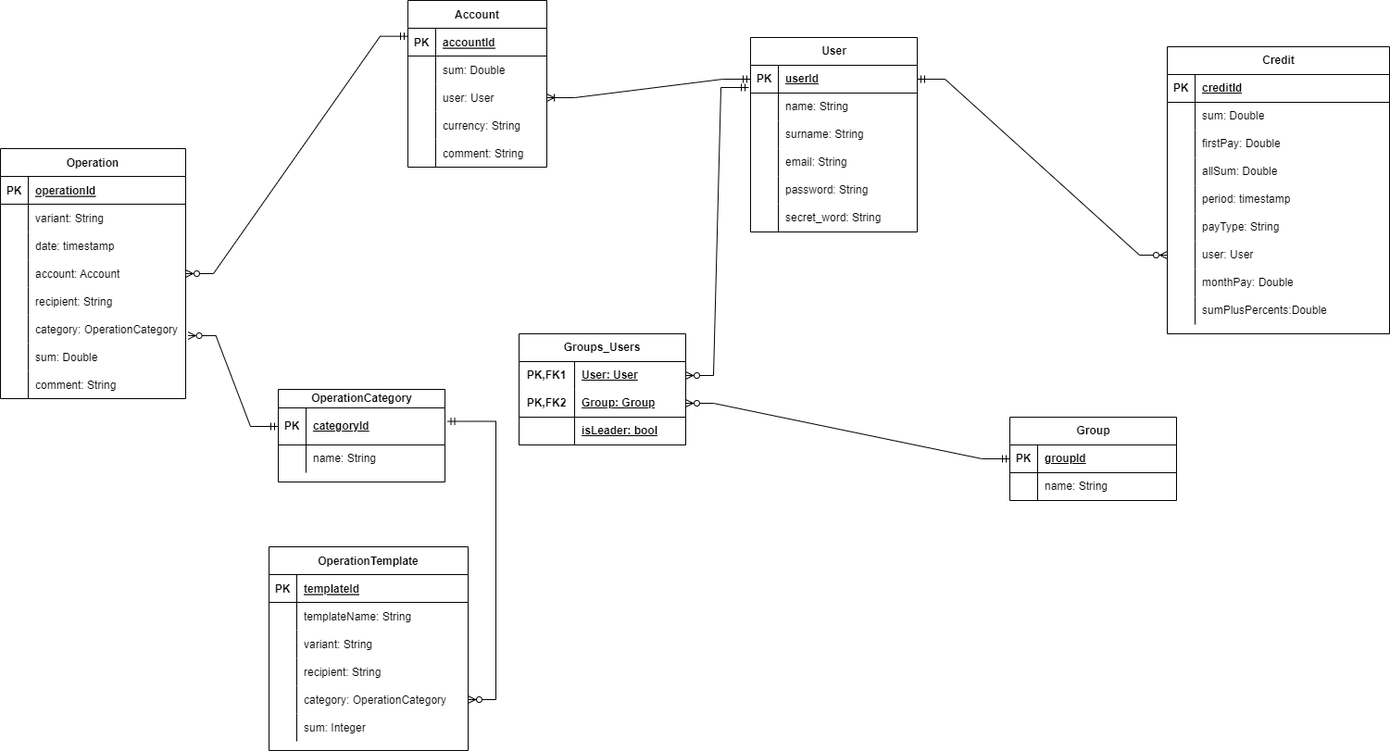
This is diagrams/ER.png from dany0k/TP-5.2-2, a draw.io export, as it was before one commit. Source tidied: cells renumbered, new cells last; positions are measured from the earlier drawing's top-left corner, leaving out a move shared by most shapes.
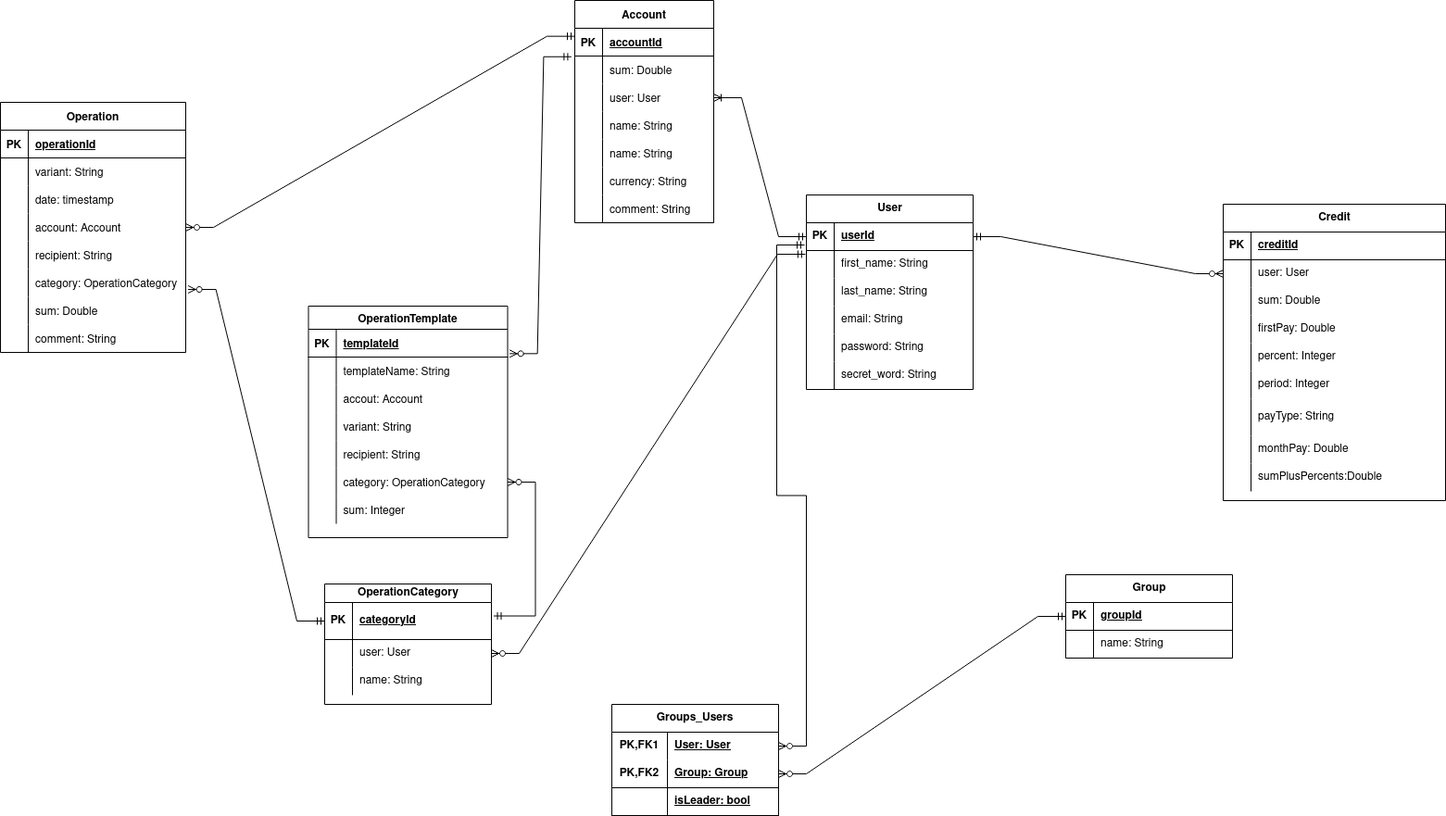
Above is the later version.

Diff of the diagram source:
```diff
@@ -5,3 +5,3 @@
     <mxCell id="2" value="Operation" style="shape=table;startSize=30;rowLines=0;fontStyle=1;align=center;" parent="1" vertex="1">
-      <mxGeometry y="160" width="200" height="270" as="geometry" />
+      <mxGeometry x="-60" y="-60" width="200" height="270" as="geometry" />
     </mxCell>
@@ -97,7 +97,7 @@
     </mxCell>
-    <mxCell id="33" value="OperationTemplate" style="shape=table;startSize=30;rowLines=0;fontStyle=1;align=center;" parent="1" vertex="1">
-      <mxGeometry x="290" y="590" width="215" height="220" as="geometry" />
+    <mxCell id="33" value="OperationTemplate" style="shape=table;startSize=25;rowLines=0;fontStyle=1;align=center;" parent="1" vertex="1">
+      <mxGeometry x="272.5" y="160" width="215" height="250" as="geometry" />
     </mxCell>
     <mxCell id="34" style="shape=tableRow;horizontal=0;startSize=0;swimlaneHead=0;swimlaneBody=0;fillColor=none;points=[[0,0.5],[1,0.5]];portConstraint=eastwest;top=0;left=0;right=0;bottom=1;" parent="33" vertex="1">
-      <mxGeometry y="30" width="215" height="30" as="geometry" />
+      <mxGeometry y="25" width="215" height="30" as="geometry" />
     </mxCell>
@@ -110,3 +110,3 @@
     <mxCell id="37" style="shape=tableRow;horizontal=0;startSize=0;swimlaneHead=0;swimlaneBody=0;fillColor=none;top=0;left=0;right=0;bottom=0;" parent="33" vertex="1">
-      <mxGeometry y="60" width="215" height="30" as="geometry" />
+      <mxGeometry y="55" width="215" height="30" as="geometry" />
     </mxCell>
@@ -118,4 +118,13 @@
     </mxCell>
+    <mxCell id="145" style="shape=tableRow;horizontal=0;startSize=0;swimlaneHead=0;swimlaneBody=0;fillColor=none;top=0;left=0;right=0;bottom=0;" parent="33" vertex="1">
+      <mxGeometry y="85" width="215" height="30" as="geometry" />
+    </mxCell>
+    <mxCell id="146" style="shape=partialRectangle;fillColor=none;top=0;left=0;bottom=0;right=0;overflow=hidden;" parent="145" vertex="1">
+      <mxGeometry width="30" height="30" as="geometry" />
+    </mxCell>
+    <mxCell id="147" value="accout: Account" style="shape=partialRectangle;fillColor=none;top=0;left=0;bottom=0;right=0;align=left;spacingLeft=6;overflow=hidden;" parent="145" vertex="1">
+      <mxGeometry x="30" width="185" height="30" as="geometry" />
+    </mxCell>
     <mxCell id="40" style="shape=tableRow;horizontal=0;startSize=0;swimlaneHead=0;swimlaneBody=0;fillColor=none;top=0;left=0;right=0;bottom=0;" parent="33" vertex="1">
-      <mxGeometry y="90" width="215" height="30" as="geometry" />
+      <mxGeometry y="115" width="215" height="30" as="geometry" />
     </mxCell>
@@ -128,3 +137,3 @@
     <mxCell id="43" style="shape=tableRow;horizontal=0;startSize=0;swimlaneHead=0;swimlaneBody=0;fillColor=none;top=0;left=0;right=0;bottom=0;" parent="33" vertex="1">
-      <mxGeometry y="120" width="215" height="30" as="geometry" />
+      <mxGeometry y="145" width="215" height="30" as="geometry" />
     </mxCell>
@@ -137,3 +146,3 @@
     <mxCell id="46" style="shape=tableRow;horizontal=0;startSize=0;swimlaneHead=0;swimlaneBody=0;fillColor=none;points=[[0,0.5],[1,0.5]];portConstraint=eastwest;top=0;left=0;right=0;bottom=0;" parent="33" vertex="1">
-      <mxGeometry y="150" width="215" height="30" as="geometry" />
+      <mxGeometry y="175" width="215" height="30" as="geometry" />
     </mxCell>
@@ -146,3 +155,3 @@
     <mxCell id="49" style="shape=tableRow;horizontal=0;startSize=0;swimlaneHead=0;swimlaneBody=0;fillColor=none;top=0;left=0;right=0;bottom=0;" parent="33" vertex="1">
-      <mxGeometry y="180" width="215" height="30" as="geometry" />
+      <mxGeometry y="205" width="215" height="30" as="geometry" />
     </mxCell>
@@ -155,3 +164,3 @@
     <mxCell id="52" value="Account" style="shape=table;startSize=30;rowLines=0;fontStyle=1;align=center;" parent="1" vertex="1">
-      <mxGeometry x="440" width="150" height="180" as="geometry" />
+      <mxGeometry x="560" y="-170" width="150" height="240" as="geometry" />
     </mxCell>
@@ -184,4 +193,22 @@
     </mxCell>
+    <mxCell id="148" style="shape=tableRow;horizontal=0;startSize=0;swimlaneHead=0;swimlaneBody=0;fillColor=none;top=0;left=0;right=0;bottom=0;" parent="52" vertex="1">
+      <mxGeometry y="120" width="150" height="30" as="geometry" />
+    </mxCell>
+    <mxCell id="149" style="shape=partialRectangle;fillColor=none;top=0;left=0;bottom=0;right=0;overflow=hidden;" parent="148" vertex="1">
+      <mxGeometry width="30" height="30" as="geometry" />
+    </mxCell>
+    <mxCell id="150" value="name: String" style="shape=partialRectangle;fillColor=none;top=0;left=0;bottom=0;right=0;align=left;spacingLeft=6;overflow=hidden;" parent="148" vertex="1">
+      <mxGeometry x="30" width="120" height="30" as="geometry" />
+    </mxCell>
+    <mxCell id="151" style="shape=tableRow;horizontal=0;startSize=0;swimlaneHead=0;swimlaneBody=0;fillColor=none;top=0;left=0;right=0;bottom=0;" parent="52" vertex="1">
+      <mxGeometry y="150" width="150" height="30" as="geometry" />
+    </mxCell>
+    <mxCell id="152" style="shape=partialRectangle;fillColor=none;top=0;left=0;bottom=0;right=0;overflow=hidden;" parent="151" vertex="1">
+      <mxGeometry width="30" height="30" as="geometry" />
+    </mxCell>
+    <mxCell id="153" value="name: String" style="shape=partialRectangle;fillColor=none;top=0;left=0;bottom=0;right=0;align=left;spacingLeft=6;overflow=hidden;" parent="151" vertex="1">
+      <mxGeometry x="30" width="120" height="30" as="geometry" />
+    </mxCell>
     <mxCell id="62" style="shape=tableRow;horizontal=0;startSize=0;swimlaneHead=0;swimlaneBody=0;fillColor=none;top=0;left=0;right=0;bottom=0;" parent="52" vertex="1">
-      <mxGeometry y="120" width="150" height="30" as="geometry" />
+      <mxGeometry y="180" width="150" height="30" as="geometry" />
     </mxCell>
@@ -194,3 +221,3 @@
     <mxCell id="65" style="shape=tableRow;horizontal=0;startSize=0;swimlaneHead=0;swimlaneBody=0;fillColor=none;top=0;left=0;right=0;bottom=0;" parent="52" vertex="1">
-      <mxGeometry y="150" width="150" height="30" as="geometry" />
+      <mxGeometry y="210" width="150" height="30" as="geometry" />
     </mxCell>
@@ -220,3 +247,3 @@
     </mxCell>
-    <mxCell id="74" value="name: String" style="shape=partialRectangle;fillColor=none;top=0;left=0;bottom=0;right=0;align=left;spacingLeft=6;overflow=hidden;whiteSpace=wrap;html=1;" parent="72" vertex="1">
+    <mxCell id="74" value="first_name: String" style="shape=partialRectangle;fillColor=none;top=0;left=0;bottom=0;right=0;align=left;spacingLeft=6;overflow=hidden;whiteSpace=wrap;html=1;" parent="72" vertex="1">
       <mxGeometry x="30" width="150" height="30" as="geometry" />
@@ -229,3 +256,3 @@
     </mxCell>
-    <mxCell id="77" value="surname: String" style="shape=partialRectangle;fillColor=none;top=0;left=0;bottom=0;right=0;align=left;spacingLeft=6;overflow=hidden;whiteSpace=wrap;html=1;" parent="75" vertex="1">
+    <mxCell id="77" value="last_name: String" style="shape=partialRectangle;fillColor=none;top=0;left=0;bottom=0;right=0;align=left;spacingLeft=6;overflow=hidden;whiteSpace=wrap;html=1;" parent="75" vertex="1">
       <mxGeometry x="30" width="150" height="30" as="geometry" />
@@ -251,3 +278,3 @@
     <mxCell id="84" value="OperationCategory" style="shape=table;startSize=20;rowLines=0;fontStyle=1;align=center;html=1;" parent="1" vertex="1">
-      <mxGeometry x="300" y="420" width="180" height="100" as="geometry" />
+      <mxGeometry x="290" y="460" width="180" height="130" as="geometry" />
     </mxCell>
@@ -262,4 +289,13 @@
     </mxCell>
+    <mxCell id="154" style="shape=tableRow;horizontal=0;startSize=0;swimlaneHead=0;swimlaneBody=0;fillColor=none;points=[[0,0.5],[1,0.5]];portConstraint=eastwest;top=0;left=0;right=0;bottom=0;" parent="84" vertex="1">
+      <mxGeometry y="60" width="180" height="30" as="geometry" />
+    </mxCell>
+    <mxCell id="155" style="shape=partialRectangle;fillColor=none;top=0;left=0;bottom=0;right=0;overflow=hidden;whiteSpace=wrap;html=1;" parent="154" vertex="1">
+      <mxGeometry width="30" height="30" as="geometry" />
+    </mxCell>
+    <mxCell id="156" value="&lt;div&gt;user: User&lt;/div&gt;" style="shape=partialRectangle;fillColor=none;top=0;left=0;bottom=0;right=0;align=left;spacingLeft=6;overflow=hidden;whiteSpace=wrap;html=1;" parent="154" vertex="1">
+      <mxGeometry x="30" width="150" height="30" as="geometry" />
+    </mxCell>
     <mxCell id="88" style="shape=tableRow;horizontal=0;startSize=0;swimlaneHead=0;swimlaneBody=0;fillColor=none;top=0;left=0;right=0;bottom=0;" parent="84" vertex="1">
-      <mxGeometry y="60" width="180" height="30" as="geometry" />
+      <mxGeometry y="90" width="180" height="30" as="geometry" />
     </mxCell>
@@ -284,3 +320,3 @@
     <mxCell id="95" value="Credit" style="shape=table;startSize=30;rowLines=0;fontStyle=1;align=center;html=1;" parent="1" vertex="1">
-      <mxGeometry x="1260" y="50" width="240" height="310" as="geometry" />
+      <mxGeometry x="1260" y="50" width="240" height="320" as="geometry" />
     </mxCell>
@@ -295,4 +331,13 @@
     </mxCell>
+    <mxCell id="114" style="shape=tableRow;horizontal=0;startSize=0;swimlaneHead=0;swimlaneBody=0;fillColor=none;points=[[0,0.5],[1,0.5]];portConstraint=eastwest;top=0;left=0;right=0;bottom=0;" parent="95" vertex="1">
+      <mxGeometry y="60" width="240" height="30" as="geometry" />
+    </mxCell>
+    <mxCell id="115" style="shape=partialRectangle;fillColor=none;top=0;left=0;bottom=0;right=0;overflow=hidden;whiteSpace=wrap;html=1;" parent="114" vertex="1">
+      <mxGeometry width="30" height="30" as="geometry" />
+    </mxCell>
+    <mxCell id="116" value="user: User" style="shape=partialRectangle;fillColor=none;top=0;left=0;bottom=0;right=0;align=left;spacingLeft=6;overflow=hidden;whiteSpace=wrap;html=1;" parent="114" vertex="1">
+      <mxGeometry x="30" width="210" height="30" as="geometry" />
+    </mxCell>
     <mxCell id="99" style="shape=tableRow;horizontal=0;startSize=0;swimlaneHead=0;swimlaneBody=0;fillColor=none;top=0;left=0;right=0;bottom=0;" parent="95" vertex="1">
-      <mxGeometry y="60" width="240" height="30" as="geometry" />
+      <mxGeometry y="90" width="240" height="30" as="geometry" />
     </mxCell>
@@ -305,3 +350,3 @@
     <mxCell id="102" style="shape=tableRow;horizontal=0;startSize=0;swimlaneHead=0;swimlaneBody=0;fillColor=none;top=0;left=0;right=0;bottom=0;" parent="95" vertex="1">
-      <mxGeometry y="90" width="240" height="30" as="geometry" />
+      <mxGeometry y="120" width="240" height="30" as="geometry" />
     </mxCell>
@@ -314,3 +359,3 @@
     <mxCell id="105" style="shape=tableRow;horizontal=0;startSize=0;swimlaneHead=0;swimlaneBody=0;fillColor=none;top=0;left=0;right=0;bottom=0;" parent="95" vertex="1">
-      <mxGeometry y="120" width="240" height="30" as="geometry" />
+      <mxGeometry y="150" width="240" height="30" as="geometry" />
     </mxCell>
@@ -319,3 +364,3 @@
     </mxCell>
-    <mxCell id="107" value="allSum: Double" style="shape=partialRectangle;fillColor=none;top=0;left=0;bottom=0;right=0;align=left;spacingLeft=6;overflow=hidden;whiteSpace=wrap;html=1;" parent="105" vertex="1">
+    <mxCell id="107" value="percent: Integer" style="shape=partialRectangle;fillColor=none;top=0;left=0;bottom=0;right=0;align=left;spacingLeft=6;overflow=hidden;whiteSpace=wrap;html=1;" parent="105" vertex="1">
       <mxGeometry x="30" width="210" height="30" as="geometry" />
@@ -323,3 +368,3 @@
     <mxCell id="108" style="shape=tableRow;horizontal=0;startSize=0;swimlaneHead=0;swimlaneBody=0;fillColor=none;top=0;left=0;right=0;bottom=0;" parent="95" vertex="1">
-      <mxGeometry y="150" width="240" height="30" as="geometry" />
+      <mxGeometry y="180" width="240" height="30" as="geometry" />
     </mxCell>
@@ -328,3 +373,3 @@
     </mxCell>
-    <mxCell id="110" value="period: timestamp" style="shape=partialRectangle;fillColor=none;top=0;left=0;bottom=0;right=0;align=left;spacingLeft=6;overflow=hidden;whiteSpace=wrap;html=1;" parent="108" vertex="1">
+    <mxCell id="110" value="period: Integer" style="shape=partialRectangle;fillColor=none;top=0;left=0;bottom=0;right=0;align=left;spacingLeft=6;overflow=hidden;whiteSpace=wrap;html=1;" parent="108" vertex="1">
       <mxGeometry x="30" width="210" height="30" as="geometry" />
@@ -332,21 +377,12 @@
     <mxCell id="111" style="shape=tableRow;horizontal=0;startSize=0;swimlaneHead=0;swimlaneBody=0;fillColor=none;top=0;left=0;right=0;bottom=0;" parent="95" vertex="1">
-      <mxGeometry y="180" width="240" height="30" as="geometry" />
+      <mxGeometry y="210" width="240" height="40" as="geometry" />
     </mxCell>
     <mxCell id="112" style="shape=partialRectangle;fillColor=none;top=0;left=0;bottom=0;right=0;overflow=hidden;whiteSpace=wrap;html=1;" parent="111" vertex="1">
-      <mxGeometry width="30" height="30" as="geometry" />
+      <mxGeometry width="30" height="40" as="geometry" />
     </mxCell>
     <mxCell id="113" value="payType: String" style="shape=partialRectangle;fillColor=none;top=0;left=0;bottom=0;right=0;align=left;spacingLeft=6;overflow=hidden;whiteSpace=wrap;html=1;" parent="111" vertex="1">
-      <mxGeometry x="30" width="210" height="30" as="geometry" />
+      <mxGeometry x="30" width="210" height="40" as="geometry" />
     </mxCell>
-    <mxCell id="114" style="shape=tableRow;horizontal=0;startSize=0;swimlaneHead=0;swimlaneBody=0;fillColor=none;points=[[0,0.5],[1,0.5]];portConstraint=eastwest;top=0;left=0;right=0;bottom=0;" parent="95" vertex="1">
-      <mxGeometry y="210" width="240" height="30" as="geometry" />
-    </mxCell>
-    <mxCell id="115" style="shape=partialRectangle;fillColor=none;top=0;left=0;bottom=0;right=0;overflow=hidden;whiteSpace=wrap;html=1;" parent="114" vertex="1">
-      <mxGeometry width="30" height="30" as="geometry" />
-    </mxCell>
-    <mxCell id="116" value="user: User" style="shape=partialRectangle;fillColor=none;top=0;left=0;bottom=0;right=0;align=left;spacingLeft=6;overflow=hidden;whiteSpace=wrap;html=1;" parent="114" vertex="1">
-      <mxGeometry x="30" width="210" height="30" as="geometry" />
-    </mxCell>
     <mxCell id="117" style="shape=tableRow;horizontal=0;startSize=0;swimlaneHead=0;swimlaneBody=0;fillColor=none;top=0;left=0;right=0;bottom=0;" parent="95" vertex="1">
-      <mxGeometry y="240" width="240" height="30" as="geometry" />
+      <mxGeometry y="250" width="240" height="30" as="geometry" />
     </mxCell>
@@ -359,3 +395,3 @@
     <mxCell id="120" style="shape=tableRow;horizontal=0;startSize=0;swimlaneHead=0;swimlaneBody=0;fillColor=none;top=0;left=0;right=0;bottom=0;" parent="95" vertex="1">
-      <mxGeometry y="270" width="240" height="30" as="geometry" />
+      <mxGeometry y="280" width="240" height="30" as="geometry" />
     </mxCell>
@@ -392,3 +428,3 @@
     <mxCell id="131" value="Groups_Users" style="shape=table;startSize=30;rowLines=0;fontStyle=1;align=center;html=1;whiteSpace=wrap;" parent="1" vertex="1">
-      <mxGeometry x="560" y="360" width="180" height="120" as="geometry" />
+      <mxGeometry x="600" y="590" width="180" height="120" as="geometry" />
     </mxCell>
@@ -436,2 +472,8 @@
     </mxCell>
+    <mxCell id="157" style="edgeStyle=entityRelationEdgeStyle;fontSize=12;html=1;endArrow=ERzeroToMany;startArrow=ERmandOne;rounded=0;entryX=1;entryY=0.5;entryDx=0;entryDy=0;exitX=-0.006;exitY=0.133;exitDx=0;exitDy=0;exitPerimeter=0;" parent="1" edge="1" source="72" target="154">
+      <mxGeometry relative="1" as="geometry" />
+    </mxCell>
+    <mxCell id="158" style="edgeStyle=entityRelationEdgeStyle;fontSize=12;html=1;endArrow=ERzeroToMany;startArrow=ERmandOne;rounded=0;entryX=1.01;entryY=0.878;entryDx=0;entryDy=0;entryPerimeter=0;exitX=-0.024;exitY=0.025;exitDx=0;exitDy=0;exitPerimeter=0;" parent="1" edge="1" source="56" target="34">
+      <mxGeometry relative="1" as="geometry" />
+    </mxCell>
   </root>
```
